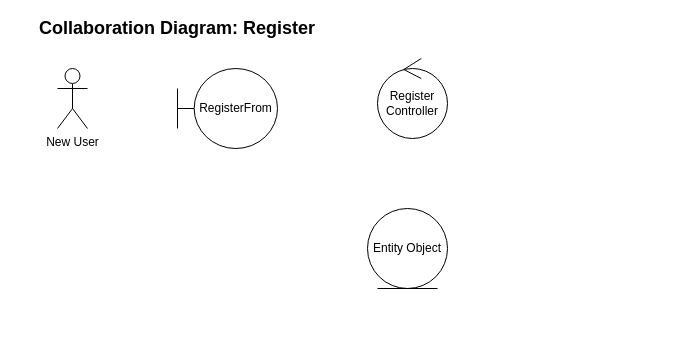
Earlier version of the draw.io diagram page "Page-1" (1 of 2) of Collaboration Diagram.drawio (astrrr/Right-posture). Source tidied: cells renumbered, new cells numbered last; positions are measured from the earlier drawing's top-left corner, leaving out a move shared by most shapes. Both pictures are drawn from the tidied source at 100%, with x=0, y=0 at pixel (17, 18).
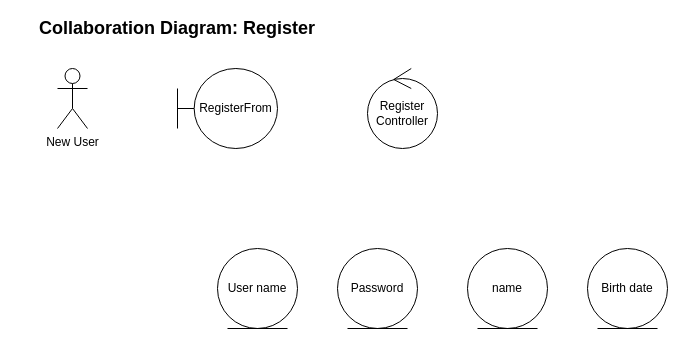
Above is the later version.

Commit message:
Update entity in register

Change to the diagram source:
```diff
@@
 <mxGraphModel>
   <root>
     <mxCell id="0" />
     <mxCell id="1" parent="0" />
     <mxCell id="2" value="New User" style="shape=umlActor;verticalLabelPosition=bottom;verticalAlign=top;html=1;" parent="1" vertex="1">
       <mxGeometry x="40" y="50" width="30" height="60" as="geometry" />
     </mxCell>
     <mxCell id="3" value="RegisterFrom" style="shape=umlBoundary;whiteSpace=wrap;html=1;" parent="1" vertex="1">
       <mxGeometry x="160" y="50" width="100" height="80" as="geometry" />
     </mxCell>
     <mxCell id="4" value="Register&lt;br&gt;Controller" style="ellipse;shape=umlControl;whiteSpace=wrap;html=1;" parent="1" vertex="1">
-      <mxGeometry x="360" y="40" width="70" height="80" as="geometry" />
+      <mxGeometry x="350" y="50" width="70" height="80" as="geometry" />
     </mxCell>
-    <mxCell id="5" value="Entity Object" style="ellipse;shape=umlEntity;whiteSpace=wrap;html=1;" parent="1" vertex="1">
-      <mxGeometry x="350" y="190" width="80" height="80" as="geometry" />
+    <mxCell id="5" value="User name" style="ellipse;shape=umlEntity;whiteSpace=wrap;html=1;" parent="1" vertex="1">
+      <mxGeometry x="200" y="230" width="80" height="80" as="geometry" />
     </mxCell>
     <mxCell id="6" value="&lt;b&gt;&lt;font style=&quot;font-size: 18px&quot;&gt;Collaboration Diagram: Register&lt;/font&gt;&lt;/b&gt;" style="text;html=1;strokeColor=none;fillColor=none;align=center;verticalAlign=middle;whiteSpace=wrap;rounded=0;" parent="1" vertex="1">
       <mxGeometry width="320" height="20" as="geometry" />
     </mxCell>
+    <mxCell id="7" value="Password" style="ellipse;shape=umlEntity;whiteSpace=wrap;html=1;" parent="1" vertex="1">
+      <mxGeometry x="320" y="230" width="80" height="80" as="geometry" />
+    </mxCell>
+    <mxCell id="8" value="Birth date" style="ellipse;shape=umlEntity;whiteSpace=wrap;html=1;" parent="1" vertex="1">
+      <mxGeometry x="570" y="230" width="80" height="80" as="geometry" />
+    </mxCell>
+    <mxCell id="9" value="name" style="ellipse;shape=umlEntity;whiteSpace=wrap;html=1;" parent="1" vertex="1">
+      <mxGeometry x="450" y="230" width="80" height="80" as="geometry" />
+    </mxCell>
   </root>
 </mxGraphModel>
```
